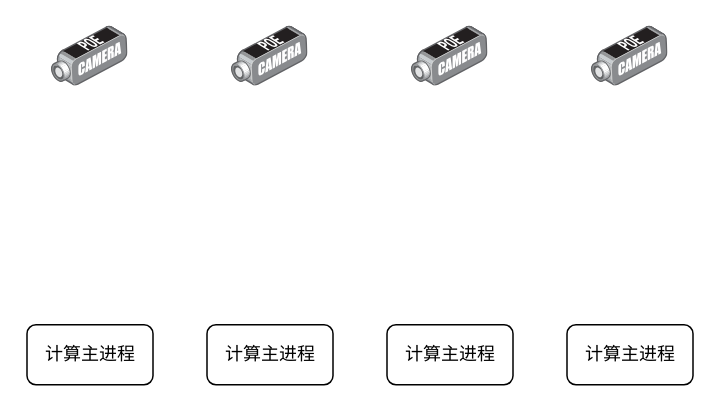
The draw.io diagram 智能计算框架.drawio in wstygk/srs, before the edit. Source tidied: cells renumbered, new cells numbered last; positions are measured from the earlier drawing's top-left corner, leaving out a move shared by most shapes. Both pictures are drawn from the tidied source at 150%, with x=0, y=0 at pixel (27, 26).
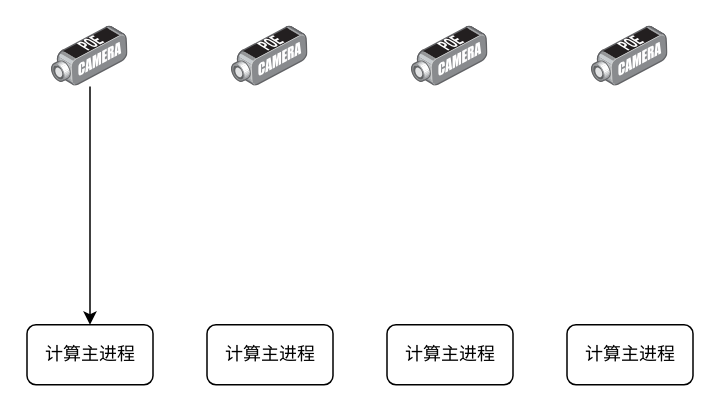
The same page after the edit.

Commit message (it also covers changes not shown here):
Update 智能计算框架.drawio

Diff of the diagram source:
```diff
@@
 <mxGraphModel>
   <root>
     <mxCell id="0" />
     <mxCell id="1" parent="0" />
     <mxCell id="2" style="points=[];html=1;align=center;shadow=0;dashed=0;image;image=img/lib/allied_telesis/security/POE_DVS_Camera.svg;" parent="1" vertex="1">
       <mxGeometry x="16" width="51" height="40.2" as="geometry" />
     </mxCell>
     <mxCell id="3" style="html=1;align=center;shadow=0;dashed=0;image;image=img/lib/allied_telesis/security/POE_DVS_Camera.svg;" parent="1" vertex="1">
       <mxGeometry x="136" width="51" height="40.2" as="geometry" />
     </mxCell>
     <mxCell id="4" style="html=1;align=center;shadow=0;dashed=0;image;image=img/lib/allied_telesis/security/POE_DVS_Camera.svg;" parent="1" vertex="1">
       <mxGeometry x="256" width="51" height="40.2" as="geometry" />
     </mxCell>
     <mxCell id="5" style="html=1;align=center;shadow=0;dashed=0;image;image=img/lib/allied_telesis/security/POE_DVS_Camera.svg;" parent="1" vertex="1">
       <mxGeometry x="376" width="51" height="40.2" as="geometry" />
     </mxCell>
     <mxCell id="6" value="计算主进程" style="rounded=1;whiteSpace=wrap;html=1;" parent="1" vertex="1">
       <mxGeometry x="-0.5" y="199" width="84" height="40" as="geometry" />
     </mxCell>
     <mxCell id="7" value="&lt;span&gt;计算主进程&lt;/span&gt;" style="rounded=1;whiteSpace=wrap;html=1;" parent="1" vertex="1">
       <mxGeometry x="119.5" y="199" width="84" height="40" as="geometry" />
     </mxCell>
     <mxCell id="8" value="&lt;span&gt;计算主进程&lt;/span&gt;" style="rounded=1;whiteSpace=wrap;html=1;" parent="1" vertex="1">
       <mxGeometry x="239.5" y="199" width="84" height="40" as="geometry" />
     </mxCell>
     <mxCell id="9" value="&lt;span&gt;计算主进程&lt;/span&gt;" style="rounded=1;whiteSpace=wrap;html=1;" parent="1" vertex="1">
       <mxGeometry x="359.5" y="199" width="84" height="40" as="geometry" />
     </mxCell>
+    <mxCell id="10" style="endArrow=classic;html=1;entryX=0.5;entryY=0;entryDx=0;entryDy=0;" parent="1" edge="1" source="2" target="6">
+      <mxGeometry relative="1" as="geometry" />
+    </mxCell>
   </root>
 </mxGraphModel>
```
